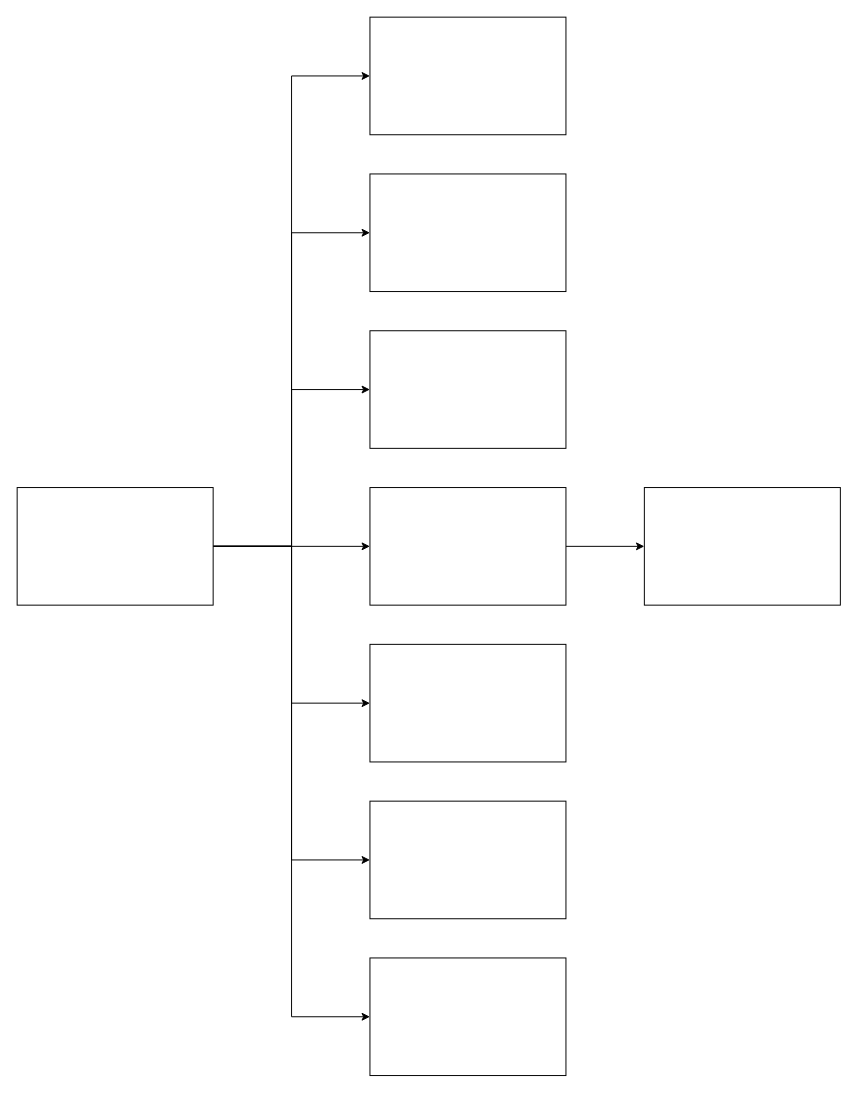
Above: Untitled 2.drawio in khanhbg339/Myproject (draw.io), before the change. Source tidied: cells renumbered, new cells numbered last; positions are measured from the earlier drawing's top-left corner, leaving out a move shared by most shapes. Both pictures are drawn from the tidied source at 98%, with x=0, y=0 at pixel (17, 17).
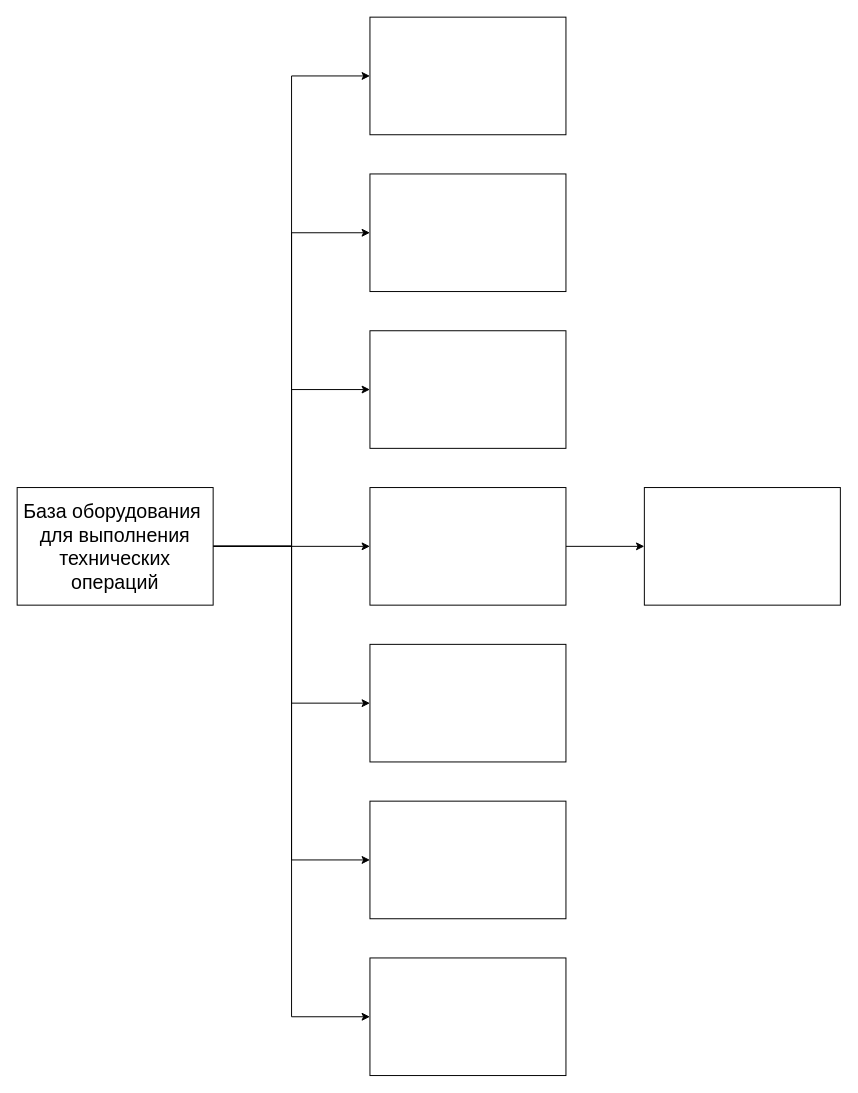
The same diagram, later.

Change to the diagram source:
```diff
@@
 <mxGraphModel>
   <root>
     <mxCell id="0" />
     <mxCell id="1" parent="0" />
     <mxCell id="2" style="edgeStyle=orthogonalEdgeStyle;rounded=0;jettySize=auto;html=1;entryX=0;entryY=0.5;entryDx=0;entryDy=0;" parent="1" edge="1" source="9" target="11">
       <mxGeometry relative="1" as="geometry" />
     </mxCell>
     <mxCell id="3" style="edgeStyle=orthogonalEdgeStyle;rounded=0;jettySize=auto;html=1;exitX=1;exitY=0.5;exitDx=0;exitDy=0;entryX=0;entryY=0.5;entryDx=0;entryDy=0;" parent="1" edge="1" source="9" target="13">
       <mxGeometry relative="1" as="geometry" />
     </mxCell>
     <mxCell id="4" style="edgeStyle=orthogonalEdgeStyle;rounded=0;jettySize=auto;html=1;exitX=1;exitY=0.5;exitDx=0;exitDy=0;entryX=0;entryY=0.5;entryDx=0;entryDy=0;" parent="1" edge="1" source="9" target="15">
       <mxGeometry relative="1" as="geometry" />
     </mxCell>
     <mxCell id="5" style="edgeStyle=orthogonalEdgeStyle;rounded=0;jettySize=auto;html=1;exitX=1;exitY=0.5;exitDx=0;exitDy=0;entryX=0;entryY=0.5;entryDx=0;entryDy=0;" parent="1" edge="1" source="9" target="16">
       <mxGeometry relative="1" as="geometry" />
     </mxCell>
     <mxCell id="6" style="edgeStyle=orthogonalEdgeStyle;rounded=0;jettySize=auto;html=1;entryX=0;entryY=0.5;entryDx=0;entryDy=0;" parent="1" edge="1" source="9" target="12">
       <mxGeometry relative="1" as="geometry" />
     </mxCell>
     <mxCell id="7" style="edgeStyle=orthogonalEdgeStyle;rounded=0;jettySize=auto;html=1;exitX=1;exitY=0.5;exitDx=0;exitDy=0;entryX=0;entryY=0.5;entryDx=0;entryDy=0;" parent="1" edge="1" source="9" target="14">
       <mxGeometry relative="1" as="geometry" />
     </mxCell>
     <mxCell id="8" style="edgeStyle=orthogonalEdgeStyle;rounded=0;jettySize=auto;html=1;exitX=1;exitY=0.5;exitDx=0;exitDy=0;entryX=0;entryY=0.5;entryDx=0;entryDy=0;" parent="1" edge="1" source="9" target="17">
       <mxGeometry relative="1" as="geometry" />
     </mxCell>
-    <mxCell id="9" style="rounded=0;whiteSpace=wrap;html=1;fontSize=20;" parent="1" vertex="1">
+    <mxCell id="9" value="База оборудования&amp;nbsp;&lt;br&gt;для выполнения&lt;br&gt;технических операций" style="rounded=0;whiteSpace=wrap;html=1;fontSize=20;" parent="1" vertex="1">
       <mxGeometry y="480" width="200" height="120" as="geometry" />
     </mxCell>
     <mxCell id="10" style="edgeStyle=orthogonalEdgeStyle;rounded=0;jettySize=auto;html=1;exitX=1;exitY=0.5;exitDx=0;exitDy=0;entryX=0;entryY=0.5;entryDx=0;entryDy=0;" parent="1" edge="1" source="11" target="18">
       <mxGeometry relative="1" as="geometry" />
     </mxCell>
     <mxCell id="11" style="rounded=0;whiteSpace=wrap;html=1;fontSize=20;" parent="1" vertex="1">
       <mxGeometry x="360" y="480" width="200" height="120" as="geometry" />
     </mxCell>
     <mxCell id="12" style="rounded=0;whiteSpace=wrap;html=1;fontSize=20;" parent="1" vertex="1">
       <mxGeometry x="360" y="640" width="200" height="120" as="geometry" />
     </mxCell>
     <mxCell id="13" style="rounded=0;whiteSpace=wrap;html=1;fontSize=20;" parent="1" vertex="1">
       <mxGeometry x="360" y="320" width="200" height="120" as="geometry" />
     </mxCell>
     <mxCell id="14" style="rounded=0;whiteSpace=wrap;html=1;fontSize=20;" parent="1" vertex="1">
       <mxGeometry x="360" y="800" width="200" height="120" as="geometry" />
     </mxCell>
     <mxCell id="15" style="rounded=0;whiteSpace=wrap;html=1;fontSize=20;" parent="1" vertex="1">
       <mxGeometry x="360" y="160" width="200" height="120" as="geometry" />
     </mxCell>
     <mxCell id="16" style="rounded=0;whiteSpace=wrap;html=1;fontSize=20;" parent="1" vertex="1">
       <mxGeometry x="360" width="200" height="120" as="geometry" />
     </mxCell>
     <mxCell id="17" style="rounded=0;whiteSpace=wrap;html=1;fontSize=20;" parent="1" vertex="1">
       <mxGeometry x="360" y="960" width="200" height="120" as="geometry" />
     </mxCell>
     <mxCell id="18" style="rounded=0;whiteSpace=wrap;html=1;fontSize=20;" parent="1" vertex="1">
       <mxGeometry x="640" y="480" width="200" height="120" as="geometry" />
     </mxCell>
   </root>
 </mxGraphModel>
```
